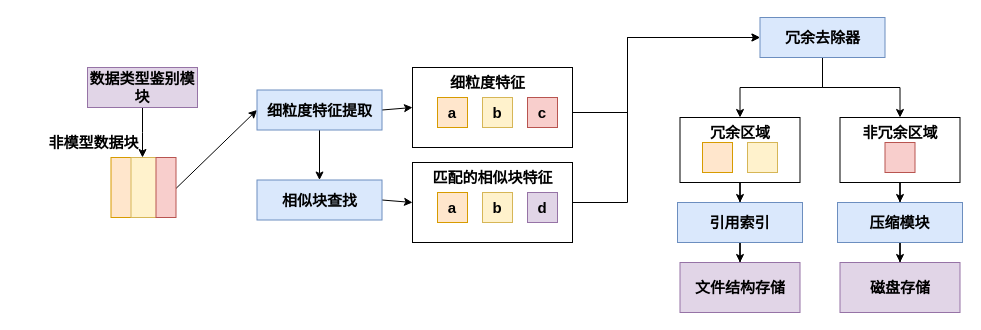
Before: figures/0308非模型数据处理模块.drawio in lucky6six/SJTU-lz, a draw.io diagram. Source tidied: cells renumbered, new cells numbered last; positions are measured from the earlier drawing's top-left corner, leaving out a move shared by most shapes. Both pictures are drawn from the tidied source at 100%, with x=0, y=0 at pixel (38, 17).
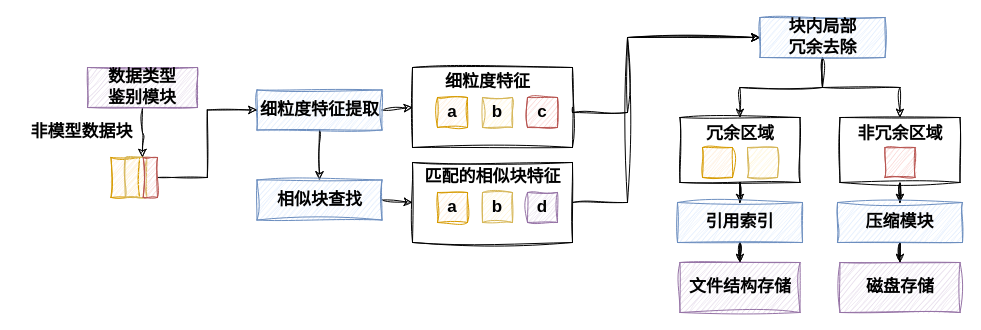
Above is the later version.

Change to the diagram source:
```diff
@@
-    <mxCell id="2" style="edgeStyle=orthogonalEdgeStyle;rounded=0;jettySize=auto;html=1;exitX=0.5;exitY=1;exitDx=0;exitDy=0;fontSize=15;fontStyle=1;" parent="1" edge="1" source="11" target="13">
+    <mxCell id="2" style="edgeStyle=orthogonalEdgeStyle;rounded=0;jettySize=auto;html=1;exitX=0.5;exitY=1;exitDx=0;exitDy=0;fontSize=17;fontStyle=1;sketch=1;curveFitting=1;jiggle=2;" parent="1" edge="1" source="11" target="13">
       <mxGeometry relative="1" as="geometry" />
     </mxCell>
-    <mxCell id="3" style="rounded=0;whiteSpace=wrap;html=1;fillColor=#ffe6cc;strokeColor=#d79b00;fontSize=15;fontStyle=1;" parent="1" vertex="1">
-      <mxGeometry x="72.5" y="140" width="40" height="60" as="geometry" />
-    </mxCell>
-    <mxCell id="4" style="rounded=0;jettySize=auto;html=1;entryX=0;entryY=0.5;entryDx=0;entryDy=0;exitX=0.5;exitY=1;exitDx=0;exitDy=0;fontSize=15;fontStyle=1;" parent="1" edge="1" source="5" target="11">
-      <mxGeometry relative="1" as="geometry" />
-    </mxCell>
-    <mxCell id="5" style="rounded=0;whiteSpace=wrap;html=1;fillColor=#fff2cc;strokeColor=#d6b656;fontSize=15;fontStyle=1;" parent="1" vertex="1">
-      <mxGeometry x="92.5" y="140" width="30" height="60" as="geometry" />
-    </mxCell>
-    <mxCell id="6" style="rounded=0;whiteSpace=wrap;html=1;fillColor=#f8cecc;strokeColor=#b85450;fontSize=15;fontStyle=1;" parent="1" vertex="1">
-      <mxGeometry x="117.5" y="140" width="20" height="60" as="geometry" />
-    </mxCell>
-    <mxCell id="7" style="edgeStyle=orthogonalEdgeStyle;rounded=0;jettySize=auto;html=1;entryX=1;entryY=0;entryDx=0;entryDy=0;fontSize=15;fontStyle=1;" parent="1" edge="1" source="8">
+    <mxCell id="7" style="edgeStyle=orthogonalEdgeStyle;rounded=0;jettySize=auto;html=1;entryX=1;entryY=0;entryDx=0;entryDy=0;fontSize=17;fontStyle=1;sketch=1;curveFitting=1;jiggle=2;" parent="1" edge="1" source="8">
       <mxGeometry relative="1" as="geometry">
         <mxPoint x="104" y="140" as="targetPoint" />
       </mxGeometry>
     </mxCell>
-    <mxCell id="8" value="数据类型鉴别模块" style="rounded=0;whiteSpace=wrap;html=1;fillColor=#e1d5e7;strokeColor=#9673a6;fontSize=15;fontStyle=1;" parent="1" vertex="1">
+    <mxCell id="8" value="数据类型&lt;br&gt;鉴别模块" style="rounded=0;whiteSpace=wrap;html=1;fillColor=#e1d5e7;strokeColor=#9673a6;fontSize=17;fontStyle=1;sketch=1;curveFitting=1;jiggle=2;" parent="1" vertex="1">
       <mxGeometry x="49" y="50" width="110" height="40" as="geometry" />
     </mxCell>
-    <mxCell id="9" value="非模型数据块" style="text;html=1;align=center;verticalAlign=middle;strokeColor=none;fillColor=none;fontSize=15;fontStyle=1;" parent="1" vertex="1">
-      <mxGeometry y="110" width="110" height="30" as="geometry" />
+    <mxCell id="9" value="非模型数据块" style="text;html=1;align=center;verticalAlign=middle;strokeColor=none;fillColor=none;fontSize=17;fontStyle=1;sketch=1;curveFitting=1;jiggle=2;" parent="1" vertex="1">
+      <mxGeometry x="-21.7" y="100" width="130" height="30" as="geometry" />
     </mxCell>
-    <mxCell id="10" style="rounded=0;jettySize=auto;html=1;entryX=0;entryY=0.5;entryDx=0;entryDy=0;exitX=1;exitY=0;exitDx=0;exitDy=0;fontSize=15;fontStyle=1;" parent="1" edge="1" target="14">
+    <mxCell id="10" style="rounded=0;jettySize=auto;html=1;entryX=0;entryY=0.5;entryDx=0;entryDy=0;exitX=1;exitY=0;exitDx=0;exitDy=0;fontSize=17;fontStyle=1;sketch=1;curveFitting=1;jiggle=2;" parent="1" edge="1" target="14">
       <mxGeometry relative="1" as="geometry">
         <mxPoint x="343.5" y="92.5" as="sourcePoint" />
       </mxGeometry>
     </mxCell>
-    <mxCell id="11" value="细粒度特征提取" style="rounded=0;whiteSpace=wrap;html=1;fillColor=#dae8fc;strokeColor=#6c8ebf;fontSize=15;fontStyle=1;" parent="1" vertex="1">
+    <mxCell id="11" value="细粒度特征提取" style="rounded=0;whiteSpace=wrap;html=1;fillColor=#dae8fc;strokeColor=#6c8ebf;fontSize=17;fontStyle=1;sketch=1;curveFitting=1;jiggle=2;" parent="1" vertex="1">
       <mxGeometry x="218.5" y="72.5" width="125" height="40" as="geometry" />
     </mxCell>
-    <mxCell id="12" style="rounded=0;jettySize=auto;html=1;entryX=0;entryY=0.5;entryDx=0;entryDy=0;exitX=1;exitY=0;exitDx=0;exitDy=0;fontSize=15;fontStyle=1;" parent="1" edge="1" target="21">
+    <mxCell id="12" style="rounded=0;jettySize=auto;html=1;entryX=0;entryY=0.5;entryDx=0;entryDy=0;exitX=1;exitY=0;exitDx=0;exitDy=0;fontSize=17;fontStyle=1;sketch=1;curveFitting=1;jiggle=2;" parent="1" edge="1" target="21">
       <mxGeometry relative="1" as="geometry">
         <mxPoint x="343.5" y="182.5" as="sourcePoint" />
       </mxGeometry>
     </mxCell>
-    <mxCell id="13" value="相似块查找" style="rounded=0;whiteSpace=wrap;html=1;fillColor=#dae8fc;strokeColor=#6c8ebf;fontSize=15;fontStyle=1;" parent="1" vertex="1">
+    <mxCell id="13" value="相似块查找" style="rounded=0;whiteSpace=wrap;html=1;fillColor=#dae8fc;strokeColor=#6c8ebf;fontSize=17;fontStyle=1;sketch=1;curveFitting=1;jiggle=2;" parent="1" vertex="1">
       <mxGeometry x="218.5" y="162.5" width="125" height="40" as="geometry" />
     </mxCell>
-    <mxCell id="14" style="rounded=0;whiteSpace=wrap;html=1;fontSize=15;fontStyle=1;" parent="1" vertex="1">
+    <mxCell id="14" style="rounded=0;whiteSpace=wrap;html=1;fontSize=17;fontStyle=1;sketch=1;curveFitting=1;jiggle=2;" parent="1" vertex="1">
       <mxGeometry x="374" y="50" width="160" height="80" as="geometry" />
     </mxCell>
-    <mxCell id="15" value="a" style="rounded=0;whiteSpace=wrap;html=1;fillColor=#ffe6cc;strokeColor=#d79b00;fontSize=15;fontStyle=1;" parent="1" vertex="1">
+    <mxCell id="15" value="a" style="rounded=0;whiteSpace=wrap;html=1;fillColor=#ffe6cc;strokeColor=#d79b00;fontSize=17;fontStyle=1;sketch=1;curveFitting=1;jiggle=2;" parent="1" vertex="1">
       <mxGeometry x="399" y="80" width="30" height="30" as="geometry" />
     </mxCell>
-    <mxCell id="16" value="b" style="rounded=0;whiteSpace=wrap;html=1;fillColor=#fff2cc;strokeColor=#d6b656;fontSize=15;fontStyle=1;" parent="1" vertex="1">
+    <mxCell id="16" value="b" style="rounded=0;whiteSpace=wrap;html=1;fillColor=#fff2cc;strokeColor=#d6b656;fontSize=17;fontStyle=1;sketch=1;curveFitting=1;jiggle=2;" parent="1" vertex="1">
       <mxGeometry x="444" y="80" width="30" height="30" as="geometry" />
     </mxCell>
-    <mxCell id="17" style="edgeStyle=orthogonalEdgeStyle;rounded=0;jettySize=auto;html=1;entryX=0;entryY=0.5;entryDx=0;entryDy=0;exitX=1;exitY=0.5;exitDx=0;exitDy=0;fontSize=15;fontStyle=1;" parent="1" edge="1" source="14" target="28">
+    <mxCell id="17" style="edgeStyle=orthogonalEdgeStyle;rounded=0;jettySize=auto;html=1;entryX=0;entryY=0.5;entryDx=0;entryDy=0;exitX=1;exitY=0.5;exitDx=0;exitDy=0;fontSize=17;fontStyle=1;sketch=1;curveFitting=1;jiggle=2;" parent="1" edge="1" source="14" target="28">
       <mxGeometry relative="1" as="geometry">
         <Array as="points">
           <mxPoint x="534" y="95" />
           <mxPoint x="589" y="95" />
           <mxPoint x="589" y="20" />
         </Array>
       </mxGeometry>
     </mxCell>
-    <mxCell id="18" value="c" style="rounded=0;whiteSpace=wrap;html=1;fillColor=#f8cecc;strokeColor=#b85450;fontSize=15;fontStyle=1;" parent="1" vertex="1">
+    <mxCell id="18" value="c" style="rounded=0;whiteSpace=wrap;html=1;fillColor=#f8cecc;strokeColor=#b85450;fontSize=17;fontStyle=1;sketch=1;curveFitting=1;jiggle=2;" parent="1" vertex="1">
       <mxGeometry x="489" y="80" width="30" height="30" as="geometry" />
     </mxCell>
-    <mxCell id="19" value="细粒度特征" style="text;html=1;align=center;verticalAlign=middle;strokeColor=none;fillColor=none;fontSize=15;fontStyle=1;" parent="1" vertex="1">
-      <mxGeometry x="399" y="50" width="100" height="30" as="geometry" />
+    <mxCell id="19" value="细粒度特征" style="text;html=1;align=center;verticalAlign=middle;strokeColor=none;fillColor=none;fontSize=17;fontStyle=1;sketch=1;curveFitting=1;jiggle=2;" parent="1" vertex="1">
+      <mxGeometry x="394" y="50" width="110" height="30" as="geometry" />
     </mxCell>
-    <mxCell id="20" style="edgeStyle=orthogonalEdgeStyle;rounded=0;jettySize=auto;html=1;entryX=0;entryY=0.5;entryDx=0;entryDy=0;fontSize=15;fontStyle=1;" parent="1" edge="1" source="21" target="28">
+    <mxCell id="20" style="edgeStyle=orthogonalEdgeStyle;rounded=0;jettySize=auto;html=1;entryX=0;entryY=0.5;entryDx=0;entryDy=0;fontSize=17;fontStyle=1;sketch=1;curveFitting=1;jiggle=2;" parent="1" edge="1" source="21" target="28">
       <mxGeometry relative="1" as="geometry">
         <Array as="points">
           <mxPoint x="589" y="185" />
           <mxPoint x="589" y="20" />
         </Array>
       </mxGeometry>
     </mxCell>
-    <mxCell id="21" style="rounded=0;whiteSpace=wrap;html=1;fontSize=15;fontStyle=1;" parent="1" vertex="1">
+    <mxCell id="21" style="rounded=0;whiteSpace=wrap;html=1;fontSize=17;fontStyle=1;sketch=1;curveFitting=1;jiggle=2;" parent="1" vertex="1">
       <mxGeometry x="374" y="145" width="160" height="80" as="geometry" />
     </mxCell>
-    <mxCell id="22" value="a" style="rounded=0;whiteSpace=wrap;html=1;fillColor=#ffe6cc;strokeColor=#d79b00;fontSize=15;fontStyle=1;" parent="1" vertex="1">
+    <mxCell id="22" value="a" style="rounded=0;whiteSpace=wrap;html=1;fillColor=#ffe6cc;strokeColor=#d79b00;fontSize=17;fontStyle=1;sketch=1;curveFitting=1;jiggle=2;" parent="1" vertex="1">
       <mxGeometry x="399" y="175" width="30" height="30" as="geometry" />
     </mxCell>
-    <mxCell id="23" value="b" style="rounded=0;whiteSpace=wrap;html=1;fillColor=#fff2cc;strokeColor=#d6b656;fontSize=15;fontStyle=1;" parent="1" vertex="1">
+    <mxCell id="23" value="b" style="rounded=0;whiteSpace=wrap;html=1;fillColor=#fff2cc;strokeColor=#d6b656;fontSize=17;fontStyle=1;sketch=1;curveFitting=1;jiggle=2;" parent="1" vertex="1">
       <mxGeometry x="444" y="175" width="30" height="30" as="geometry" />
     </mxCell>
-    <mxCell id="24" value="d" style="rounded=0;whiteSpace=wrap;html=1;fillColor=#e1d5e7;strokeColor=#9673a6;fontSize=15;fontStyle=1;" parent="1" vertex="1">
+    <mxCell id="24" value="d" style="rounded=0;whiteSpace=wrap;html=1;fillColor=#e1d5e7;strokeColor=#9673a6;fontSize=17;fontStyle=1;sketch=1;curveFitting=1;jiggle=2;" parent="1" vertex="1">
       <mxGeometry x="489" y="175" width="30" height="30" as="geometry" />
     </mxCell>
-    <mxCell id="25" value="匹配的相似块特征" style="text;html=1;align=center;verticalAlign=middle;strokeColor=none;fillColor=none;fontSize=15;fontStyle=1;" parent="1" vertex="1">
-      <mxGeometry x="384" y="145" width="140" height="30" as="geometry" />
+    <mxCell id="25" value="匹配的相似块特征" style="text;html=1;align=center;verticalAlign=middle;strokeColor=none;fillColor=none;fontSize=17;fontStyle=1;sketch=1;curveFitting=1;jiggle=2;" parent="1" vertex="1">
+      <mxGeometry x="374" y="145" width="160" height="30" as="geometry" />
     </mxCell>
-    <mxCell id="26" style="edgeStyle=orthogonalEdgeStyle;rounded=0;jettySize=auto;html=1;fontSize=15;fontStyle=1;" parent="1" edge="1" source="28" target="32">
+    <mxCell id="26" style="edgeStyle=orthogonalEdgeStyle;rounded=0;jettySize=auto;html=1;fontSize=17;fontStyle=1;sketch=1;curveFitting=1;jiggle=2;" parent="1" edge="1" source="28" target="32">
       <mxGeometry relative="1" as="geometry" />
     </mxCell>
-    <mxCell id="27" style="edgeStyle=orthogonalEdgeStyle;rounded=0;jettySize=auto;html=1;exitX=0.5;exitY=1;exitDx=0;exitDy=0;entryX=0.5;entryY=0;entryDx=0;entryDy=0;fontSize=15;fontStyle=1;" parent="1" edge="1" source="28" target="30">
+    <mxCell id="27" style="edgeStyle=orthogonalEdgeStyle;rounded=0;jettySize=auto;html=1;exitX=0.5;exitY=1;exitDx=0;exitDy=0;entryX=0.5;entryY=0;entryDx=0;entryDy=0;fontSize=17;fontStyle=1;sketch=1;curveFitting=1;jiggle=2;" parent="1" edge="1" source="28" target="30">
       <mxGeometry relative="1" as="geometry" />
     </mxCell>
-    <mxCell id="28" value="冗余去除器" style="rounded=0;whiteSpace=wrap;html=1;fillColor=#dae8fc;strokeColor=#6c8ebf;fontSize=15;fontStyle=1;" parent="1" vertex="1">
+    <mxCell id="28" value="块内局部&lt;br&gt;冗余去除" style="rounded=0;whiteSpace=wrap;html=1;fillColor=#dae8fc;strokeColor=#6c8ebf;fontSize=17;fontStyle=1;sketch=1;curveFitting=1;jiggle=2;" parent="1" vertex="1">
       <mxGeometry x="721.5" width="125" height="40" as="geometry" />
     </mxCell>
-    <mxCell id="29" style="edgeStyle=orthogonalEdgeStyle;rounded=0;jettySize=auto;html=1;entryX=0.5;entryY=0;entryDx=0;entryDy=0;fontSize=15;fontStyle=1;" parent="1" edge="1" source="30" target="34">
+    <mxCell id="29" style="edgeStyle=orthogonalEdgeStyle;rounded=0;jettySize=auto;html=1;entryX=0.5;entryY=0;entryDx=0;entryDy=0;fontSize=17;fontStyle=1;sketch=1;curveFitting=1;jiggle=2;" parent="1" edge="1" source="30" target="34">
       <mxGeometry relative="1" as="geometry" />
     </mxCell>
-    <mxCell id="30" value="冗余区域" style="rounded=0;whiteSpace=wrap;html=1;verticalAlign=top;fontSize=15;fontStyle=1;" parent="1" vertex="1">
+    <mxCell id="30" value="冗余区域" style="rounded=0;whiteSpace=wrap;html=1;verticalAlign=top;fontSize=17;fontStyle=1;sketch=1;curveFitting=1;jiggle=2;" parent="1" vertex="1">
       <mxGeometry x="641.5" y="100" width="120" height="65" as="geometry" />
     </mxCell>
-    <mxCell id="31" style="edgeStyle=orthogonalEdgeStyle;rounded=0;jettySize=auto;html=1;entryX=0.5;entryY=0;entryDx=0;entryDy=0;fontSize=15;fontStyle=1;" parent="1" edge="1" source="32" target="36">
+    <mxCell id="31" style="edgeStyle=orthogonalEdgeStyle;rounded=0;jettySize=auto;html=1;entryX=0.5;entryY=0;entryDx=0;entryDy=0;fontSize=17;fontStyle=1;sketch=1;curveFitting=1;jiggle=2;" parent="1" edge="1" source="32" target="36">
       <mxGeometry relative="1" as="geometry" />
     </mxCell>
-    <mxCell id="32" value="非冗余区域" style="rounded=0;whiteSpace=wrap;html=1;verticalAlign=top;fontSize=15;fontStyle=1;" parent="1" vertex="1">
+    <mxCell id="32" value="非冗余区域" style="rounded=0;whiteSpace=wrap;html=1;verticalAlign=top;fontSize=17;fontStyle=1;sketch=1;curveFitting=1;jiggle=2;" parent="1" vertex="1">
       <mxGeometry x="801.5" y="100" width="120" height="65" as="geometry" />
     </mxCell>
-    <mxCell id="33" style="edgeStyle=orthogonalEdgeStyle;rounded=0;jettySize=auto;html=1;fontSize=15;fontStyle=1;" parent="1" edge="1" source="34" target="37">
+    <mxCell id="33" style="edgeStyle=orthogonalEdgeStyle;rounded=0;jettySize=auto;html=1;fontSize=17;fontStyle=1;sketch=1;curveFitting=1;jiggle=2;" parent="1" edge="1" source="34" target="37">
       <mxGeometry relative="1" as="geometry" />
     </mxCell>
-    <mxCell id="34" value="引用索引" style="rounded=0;whiteSpace=wrap;html=1;fillColor=#dae8fc;strokeColor=#6c8ebf;fontSize=15;fontStyle=1;" parent="1" vertex="1">
+    <mxCell id="34" value="引用索引" style="rounded=0;whiteSpace=wrap;html=1;fillColor=#dae8fc;strokeColor=#6c8ebf;fontSize=17;fontStyle=1;sketch=1;curveFitting=1;jiggle=2;" parent="1" vertex="1">
       <mxGeometry x="639" y="185" width="125" height="40" as="geometry" />
     </mxCell>
-    <mxCell id="35" style="edgeStyle=orthogonalEdgeStyle;rounded=0;jettySize=auto;html=1;fontSize=15;fontStyle=1;" parent="1" edge="1" source="36" target="41">
+    <mxCell id="35" style="edgeStyle=orthogonalEdgeStyle;rounded=0;jettySize=auto;html=1;fontSize=17;fontStyle=1;sketch=1;curveFitting=1;jiggle=2;" parent="1" edge="1" source="36" target="41">
       <mxGeometry relative="1" as="geometry" />
     </mxCell>
-    <mxCell id="36" value="压缩模块" style="rounded=0;whiteSpace=wrap;html=1;fillColor=#dae8fc;strokeColor=#6c8ebf;fontSize=15;fontStyle=1;" parent="1" vertex="1">
+    <mxCell id="36" value="压缩模块" style="rounded=0;whiteSpace=wrap;html=1;fillColor=#dae8fc;strokeColor=#6c8ebf;fontSize=17;fontStyle=1;sketch=1;curveFitting=1;jiggle=2;" parent="1" vertex="1">
       <mxGeometry x="799" y="185" width="125" height="40" as="geometry" />
     </mxCell>
-    <mxCell id="37" value="文件结构存储" style="rounded=0;whiteSpace=wrap;html=1;fillColor=#e1d5e7;strokeColor=#9673a6;fontSize=15;fontStyle=1;" parent="1" vertex="1">
+    <mxCell id="37" value="文件结构存储" style="rounded=0;whiteSpace=wrap;html=1;fillColor=#e1d5e7;strokeColor=#9673a6;fontSize=17;fontStyle=1;sketch=1;curveFitting=1;jiggle=2;" parent="1" vertex="1">
       <mxGeometry x="641.5" y="245" width="120" height="50" as="geometry" />
     </mxCell>
-    <mxCell id="38" style="rounded=0;whiteSpace=wrap;html=1;fillColor=#ffe6cc;strokeColor=#d79b00;fontSize=15;fontStyle=1;" parent="1" vertex="1">
-      <mxGeometry x="664" y="125" width="30" height="30" as="geometry" />
+    <mxCell id="38" style="rounded=0;whiteSpace=wrap;html=1;fillColor=#ffe6cc;strokeColor=#d79b00;fontSize=17;fontStyle=1;sketch=1;curveFitting=1;jiggle=2;" parent="1" vertex="1">
+      <mxGeometry x="664" y="130" width="30" height="30" as="geometry" />
     </mxCell>
-    <mxCell id="39" style="rounded=0;whiteSpace=wrap;html=1;fillColor=#fff2cc;strokeColor=#d6b656;fontSize=15;fontStyle=1;" parent="1" vertex="1">
-      <mxGeometry x="709" y="125" width="30" height="30" as="geometry" />
+    <mxCell id="39" style="rounded=0;whiteSpace=wrap;html=1;fillColor=#fff2cc;strokeColor=#d6b656;fontSize=17;fontStyle=1;sketch=1;curveFitting=1;jiggle=2;" parent="1" vertex="1">
+      <mxGeometry x="709" y="130" width="30" height="30" as="geometry" />
     </mxCell>
-    <mxCell id="40" style="rounded=0;whiteSpace=wrap;html=1;fillColor=#f8cecc;strokeColor=#b85450;fontSize=15;fontStyle=1;" parent="1" vertex="1">
-      <mxGeometry x="846.5" y="125" width="30" height="30" as="geometry" />
+    <mxCell id="40" style="rounded=0;whiteSpace=wrap;html=1;fillColor=#f8cecc;strokeColor=#b85450;fontSize=17;fontStyle=1;sketch=1;curveFitting=1;jiggle=2;" parent="1" vertex="1">
+      <mxGeometry x="846.5" y="130" width="30" height="30" as="geometry" />
     </mxCell>
-    <mxCell id="41" value="磁盘存储" style="rounded=0;whiteSpace=wrap;html=1;fillColor=#e1d5e7;strokeColor=#9673a6;fontSize=15;fontStyle=1;" parent="1" vertex="1">
+    <mxCell id="41" value="磁盘存储" style="rounded=0;whiteSpace=wrap;html=1;fillColor=#e1d5e7;strokeColor=#9673a6;fontSize=17;fontStyle=1;sketch=1;curveFitting=1;jiggle=2;" parent="1" vertex="1">
       <mxGeometry x="801.5" y="245" width="120" height="50" as="geometry" />
     </mxCell>
+    <mxCell id="42" style="edgeStyle=orthogonalEdgeStyle;rounded=0;jettySize=auto;html=1;entryX=0;entryY=0.5;entryDx=0;entryDy=0;sketch=1;curveFitting=1;jiggle=2;" parent="1" edge="1" source="6" target="11">
+      <mxGeometry relative="1" as="geometry" />
+    </mxCell>
+    <mxCell id="3" style="rounded=0;whiteSpace=wrap;html=1;fillColor=#ffe6cc;strokeColor=#d79b00;fontSize=17;fontStyle=1;sketch=1;curveFitting=1;jiggle=2;" parent="1" vertex="1">
+      <mxGeometry x="72.5" y="140" width="28.6" height="40" as="geometry" />
+    </mxCell>
+    <mxCell id="5" style="rounded=0;whiteSpace=wrap;html=1;fillColor=#fff2cc;strokeColor=#d6b656;fontSize=17;fontStyle=1;sketch=1;curveFitting=1;jiggle=2;" parent="1" vertex="1">
+      <mxGeometry x="86.8" y="140" width="21.5" height="40" as="geometry" />
+    </mxCell>
+    <mxCell id="6" style="rounded=0;whiteSpace=wrap;html=1;fillColor=#f8cecc;strokeColor=#b85450;fontSize=17;fontStyle=1;sketch=1;curveFitting=1;jiggle=2;" parent="1" vertex="1">
+      <mxGeometry x="104.7" y="140" width="14.3" height="40" as="geometry" />
+    </mxCell>
```
